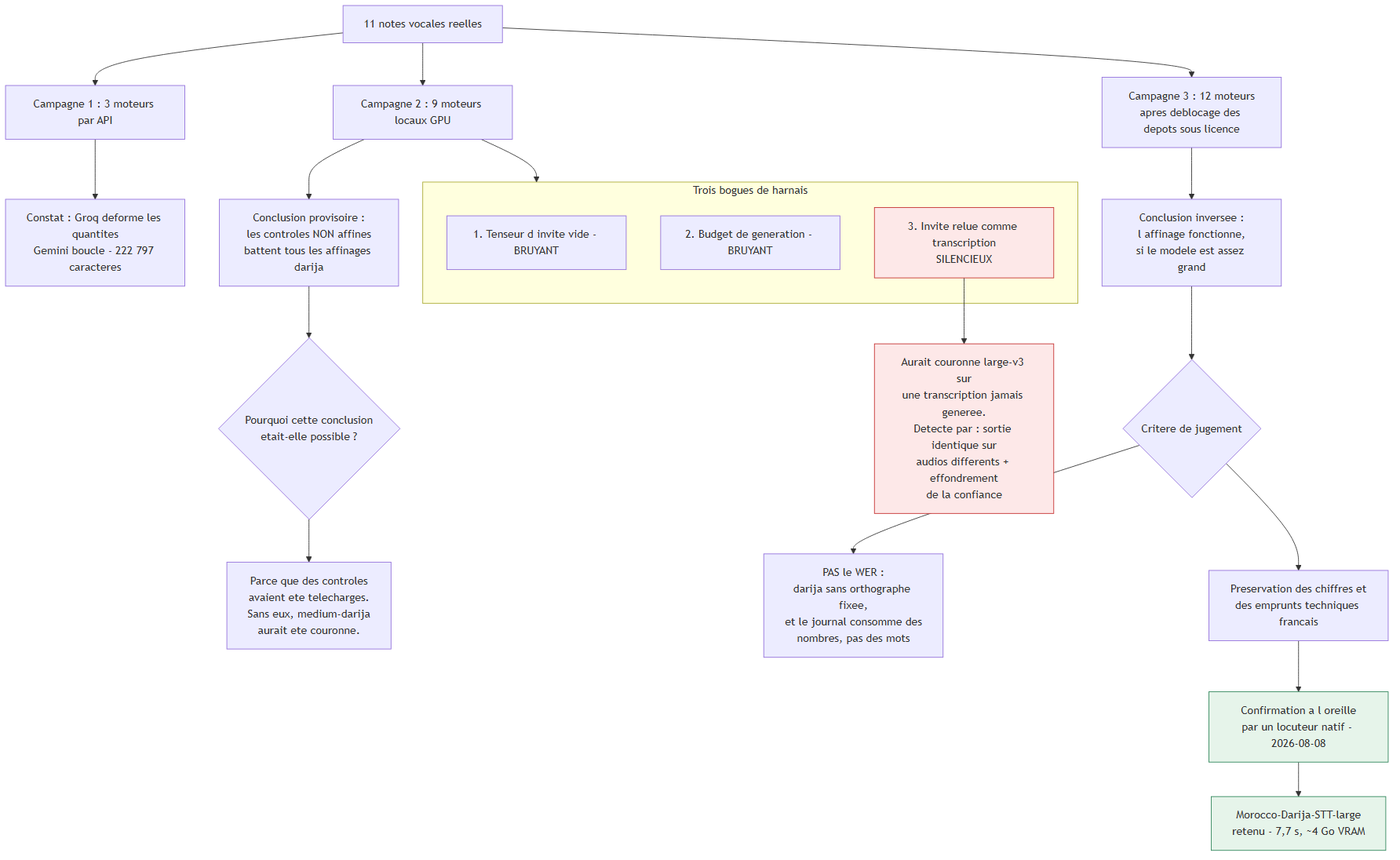
Earlier version of the Mermaid export Pres+report/diagrams/13-benchmark.png (yassine808/PFE-aznet). Its source is kept beside it as Pres+report/diagrams/13-benchmark.mmd.
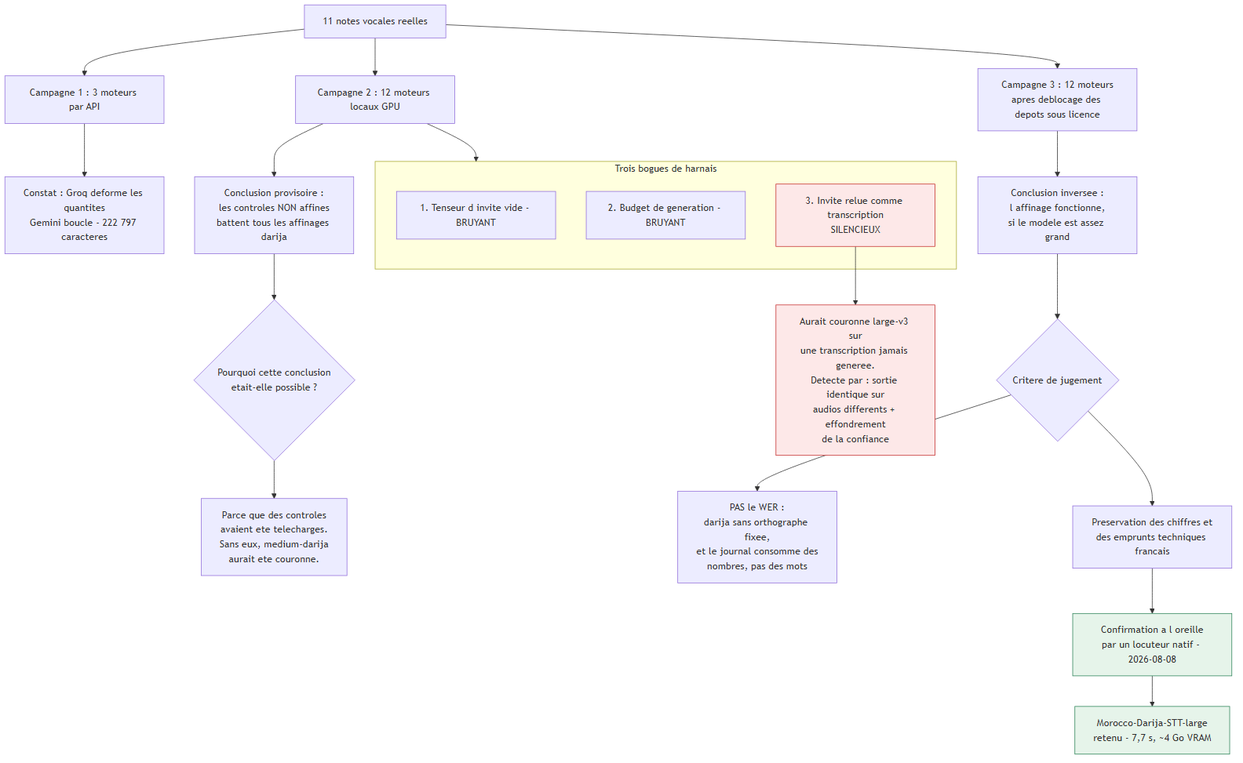
Later version of the same file.

Change to the diagram source:
```diff
@@ -1,6 +1,6 @@
 flowchart TD
     A["11 notes vocales reelles"] --> B["Campagne 1 : 3 moteurs par API"]
-    A --> C["Campagne 2 : 9 moteurs locaux GPU"]
+    A --> C["Campagne 2 : 12 moteurs locaux GPU"]
     A --> D["Campagne 3 : 12 moteurs<br/>apres deblocage des depots sous licence"]
 
     B --> B1["Constat : Groq deforme les quantites<br/>Gemini boucle - 222 797 caracteres"]
```
